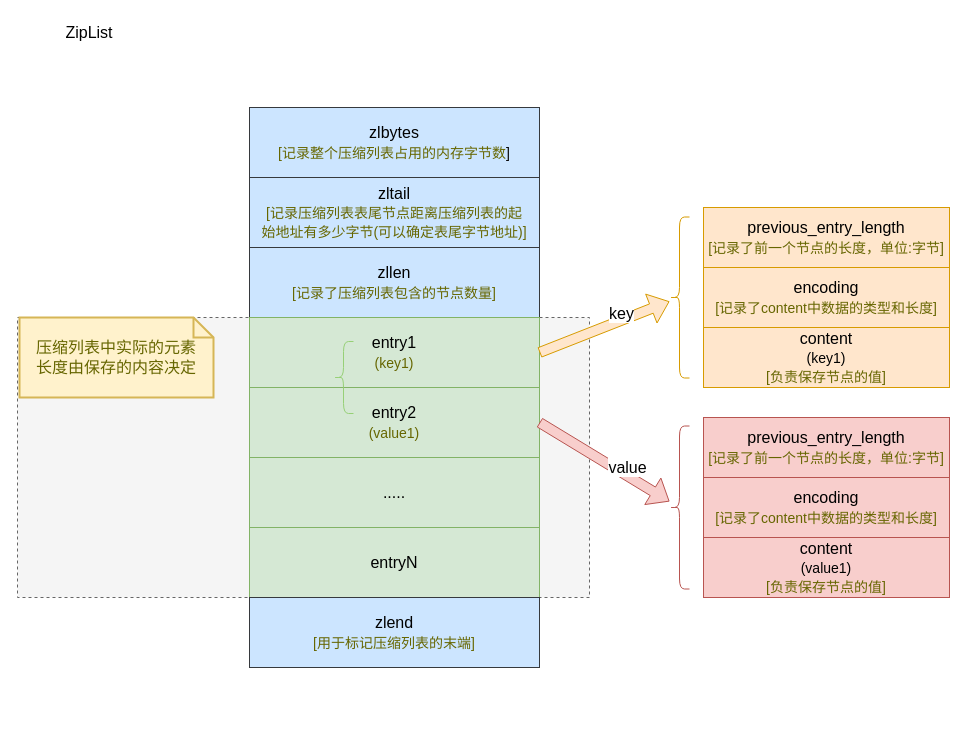
The draw.io diagram page "Redis-Hash" (2 of 2) of Redis/Redis.drawio in zhangyuying-cn/images, before the edit. Source tidied: cells renumbered, new cells numbered last; positions are measured from the earlier drawing's top-left corner, leaving out a move shared by most shapes. Both pictures are drawn from the tidied source at 100%, with x=0, y=0 at pixel (17, 17).
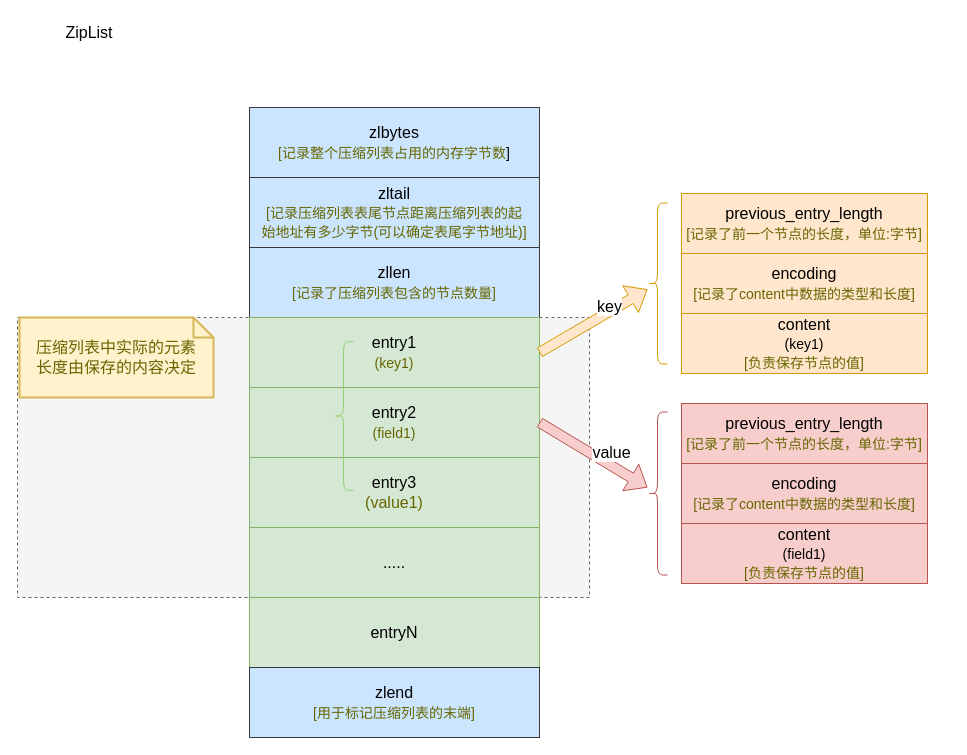
Above is the later version.

Unchanged cells that the change refers to:
```xml
<mxCell id="18" style="shape=flexArrow;endArrow=classic;html=1;rounded=0;fontSize=16;exitX=1;exitY=0.5;exitDx=0;exitDy=0;fillColor=#f8cecc;strokeColor=#b85450;" parent="1" edge="1" source="7" target="17">
  <mxGeometry relative="1" as="geometry" />
</mxCell>
```

The edit, as a diff of the source:
```diff
@@
-    <mxCell id="7" value="entry2&lt;br&gt;&lt;font style=&quot;font-size: 14px;&quot; color=&quot;#666600&quot;&gt;(value1)&lt;/font&gt;" style="rounded=0;whiteSpace=wrap;html=1;fontSize=16;strokeWidth=1;fillColor=#d5e8d4;strokeColor=#82b366;" parent="1" vertex="1">
+    <mxCell id="7" value="entry2&lt;br&gt;&lt;font style=&quot;font-size: 14px;&quot; color=&quot;#666600&quot;&gt;(field1)&lt;/font&gt;" style="rounded=0;whiteSpace=wrap;html=1;fontSize=16;strokeWidth=1;fillColor=#d5e8d4;strokeColor=#82b366;" parent="1" vertex="1">
       <mxGeometry x="232" y="370" width="290" height="70" as="geometry" />
     </mxCell>
     <mxCell id="8" value="....." style="rounded=0;whiteSpace=wrap;html=1;fontSize=16;strokeWidth=1;fillColor=#d5e8d4;strokeColor=#82b366;" parent="1" vertex="1">
-      <mxGeometry x="232" y="440" width="290" height="70" as="geometry" />
+      <mxGeometry x="232" y="510" width="290" height="70" as="geometry" />
     </mxCell>
     <mxCell id="9" value="entryN" style="rounded=0;whiteSpace=wrap;html=1;fontSize=16;strokeWidth=1;fillColor=#d5e8d4;strokeColor=#82b366;" parent="1" vertex="1">
-      <mxGeometry x="232" y="510" width="290" height="70" as="geometry" />
+      <mxGeometry x="232" y="580" width="290" height="70" as="geometry" />
     </mxCell>
     <mxCell id="10" value="zlend&lt;br&gt;&lt;font color=&quot;#666600&quot; style=&quot;font-size: 14px;&quot;&gt;[用于标记压缩列表的末端]&lt;/font&gt;" style="rounded=0;whiteSpace=wrap;html=1;fontSize=16;strokeWidth=1;fillColor=#cce5ff;strokeColor=#36393d;" parent="1" vertex="1">
-      <mxGeometry x="232" y="580" width="290" height="70" as="geometry" />
+      <mxGeometry x="232" y="650" width="290" height="70" as="geometry" />
     </mxCell>
     <mxCell id="11" value="previous_entry_length&lt;br&gt;&lt;font color=&quot;#666600&quot; style=&quot;font-size: 14px;&quot;&gt;[&lt;/font&gt;&lt;span style=&quot;color: rgb(102, 102, 0); font-size: 14px;&quot;&gt;记录了前一个节点的长度，&lt;/span&gt;&lt;font color=&quot;#666600&quot; style=&quot;font-size: 14px;&quot;&gt;单位:字节]&lt;/font&gt;" style="rounded=0;whiteSpace=wrap;html=1;fontSize=16;strokeWidth=1;fillColor=#ffe6cc;strokeColor=#d79b00;" parent="1" vertex="1">
-      <mxGeometry x="686" y="190" width="246" height="60" as="geometry" />
+      <mxGeometry x="664" y="176" width="246" height="60" as="geometry" />
     </mxCell>
     <mxCell id="12" value="encoding&lt;br&gt;&lt;font color=&quot;#666600&quot; style=&quot;font-size: 14px;&quot;&gt;[记录了content中数据的类型和长度]&lt;/font&gt;" style="rounded=0;whiteSpace=wrap;html=1;fontSize=16;strokeWidth=1;fillColor=#ffe6cc;strokeColor=#d79b00;" parent="1" vertex="1">
-      <mxGeometry x="686" y="250" width="246" height="60" as="geometry" />
+      <mxGeometry x="664" y="236" width="246" height="60" as="geometry" />
     </mxCell>
     <mxCell id="13" value="content&lt;br&gt;&lt;font style=&quot;font-size: 14px;&quot;&gt;(key1)&lt;br&gt;&lt;font color=&quot;#666600&quot;&gt;[负责保存节点的值]&lt;/font&gt;&lt;/font&gt;" style="rounded=0;whiteSpace=wrap;html=1;fontSize=16;strokeWidth=1;fillColor=#ffe6cc;strokeColor=#d79b00;" parent="1" vertex="1">
-      <mxGeometry x="686" y="310" width="246" height="60" as="geometry" />
+      <mxGeometry x="664" y="296" width="246" height="60" as="geometry" />
     </mxCell>
     <mxCell id="14" style="shape=curlyBracket;whiteSpace=wrap;html=1;rounded=1;fontSize=16;strokeWidth=1;fillColor=#ffe6cc;strokeColor=#d79b00;" parent="1" vertex="1">
-      <mxGeometry x="652" y="199.5" width="20" height="161" as="geometry" />
+      <mxGeometry x="630" y="185.5" width="20" height="161" as="geometry" />
     </mxCell>
@@
     <mxCell id="17" style="shape=curlyBracket;whiteSpace=wrap;html=1;rounded=1;fontSize=16;strokeWidth=1;fillColor=#f8cecc;strokeColor=#b85450;" parent="1" vertex="1">
-      <mxGeometry x="652" y="408.5" width="20" height="163" as="geometry" />
+      <mxGeometry x="630" y="394.5" width="20" height="163" as="geometry" />
     </mxCell>
@@
     <mxCell id="19" value="value" style="edgeLabel;html=1;align=center;verticalAlign=middle;fontSize=16;" parent="18" vertex="1">
       <mxGeometry x="0.2" y="2" relative="1" as="geometry">
-        <mxPoint x="9" y="-1" as="offset" />
+        <mxPoint x="5" y="-8" as="offset" />
       </mxGeometry>
     </mxCell>
@@
     <mxCell id="22" value="previous_entry_length&lt;br&gt;&lt;font color=&quot;#666600&quot; style=&quot;font-size: 14px;&quot;&gt;[&lt;/font&gt;&lt;span style=&quot;color: rgb(102, 102, 0); font-size: 14px;&quot;&gt;记录了前一个节点的长度，&lt;/span&gt;&lt;font color=&quot;#666600&quot; style=&quot;font-size: 14px;&quot;&gt;单位:字节]&lt;/font&gt;" style="rounded=0;whiteSpace=wrap;html=1;fontSize=16;strokeWidth=1;fillColor=#f8cecc;strokeColor=#b85450;" parent="1" vertex="1">
-      <mxGeometry x="686" y="400" width="246" height="60" as="geometry" />
+      <mxGeometry x="664" y="386" width="246" height="60" as="geometry" />
     </mxCell>
     <mxCell id="23" value="encoding&lt;br&gt;&lt;font color=&quot;#666600&quot; style=&quot;font-size: 14px;&quot;&gt;[记录了content中数据的类型和长度]&lt;/font&gt;" style="rounded=0;whiteSpace=wrap;html=1;fontSize=16;strokeWidth=1;fillColor=#f8cecc;strokeColor=#b85450;" parent="1" vertex="1">
-      <mxGeometry x="686" y="460" width="246" height="60" as="geometry" />
+      <mxGeometry x="664" y="446" width="246" height="60" as="geometry" />
     </mxCell>
-    <mxCell id="24" value="content&lt;br&gt;&lt;font style=&quot;font-size: 14px;&quot;&gt;(value1)&lt;br&gt;&lt;font color=&quot;#666600&quot;&gt;[负责保存节点的值]&lt;/font&gt;&lt;/font&gt;" style="rounded=0;whiteSpace=wrap;html=1;fontSize=16;strokeWidth=1;fillColor=#f8cecc;strokeColor=#b85450;" parent="1" vertex="1">
-      <mxGeometry x="686" y="520" width="246" height="60" as="geometry" />
+    <mxCell id="24" value="content&lt;br&gt;&lt;font style=&quot;font-size: 14px;&quot;&gt;(field1)&lt;br&gt;&lt;font color=&quot;#666600&quot;&gt;[负责保存节点的值]&lt;/font&gt;&lt;/font&gt;" style="rounded=0;whiteSpace=wrap;html=1;fontSize=16;strokeWidth=1;fillColor=#f8cecc;strokeColor=#b85450;" parent="1" vertex="1">
+      <mxGeometry x="664" y="506" width="246" height="60" as="geometry" />
     </mxCell>
+    <mxCell id="26" value="entry3&lt;br&gt;&lt;font color=&quot;#666600&quot;&gt;(value1)&lt;/font&gt;" style="rounded=0;whiteSpace=wrap;html=1;fontSize=16;strokeWidth=1;fillColor=#d5e8d4;strokeColor=#82b366;" parent="1" vertex="1">
+      <mxGeometry x="232" y="440" width="290" height="70" as="geometry" />
+    </mxCell>
     <mxCell id="25" style="shape=curlyBracket;whiteSpace=wrap;html=1;rounded=1;fontSize=14;fontColor=#000000;strokeWidth=1;gradientColor=none;strokeColor=#97D077;" parent="1" vertex="1">
-      <mxGeometry x="316" y="324" width="20" height="72" as="geometry" />
+      <mxGeometry x="316" y="324" width="20" height="149" as="geometry" />
     </mxCell>
```
